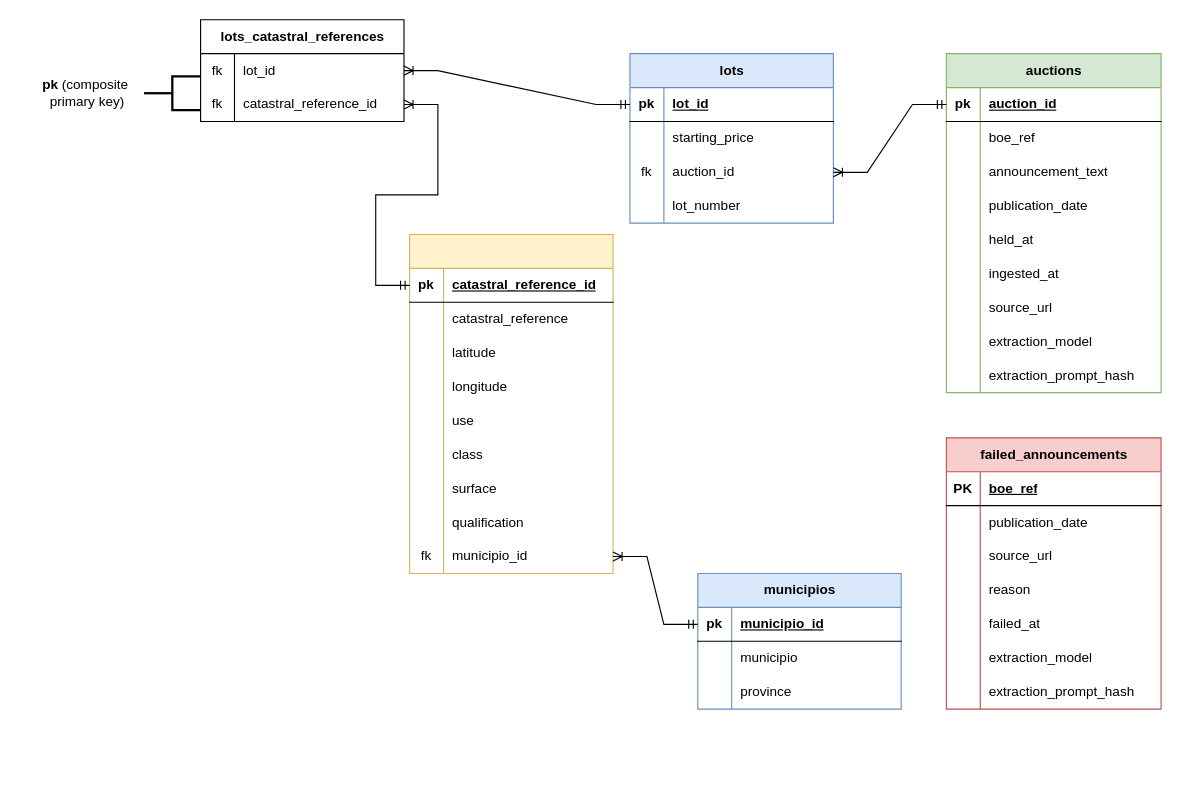
Before: data_modeling/OLAP/2.silver/E-R.drawio in MiguelDonado/subastas_analytics, a draw.io diagram. Source tidied: cells renumbered, new cells numbered last; positions are measured from the earlier drawing's top-left corner, leaving out a move shared by most shapes. Both pictures are drawn from the tidied source at 113%, with x=0, y=0 at pixel (19, 19).
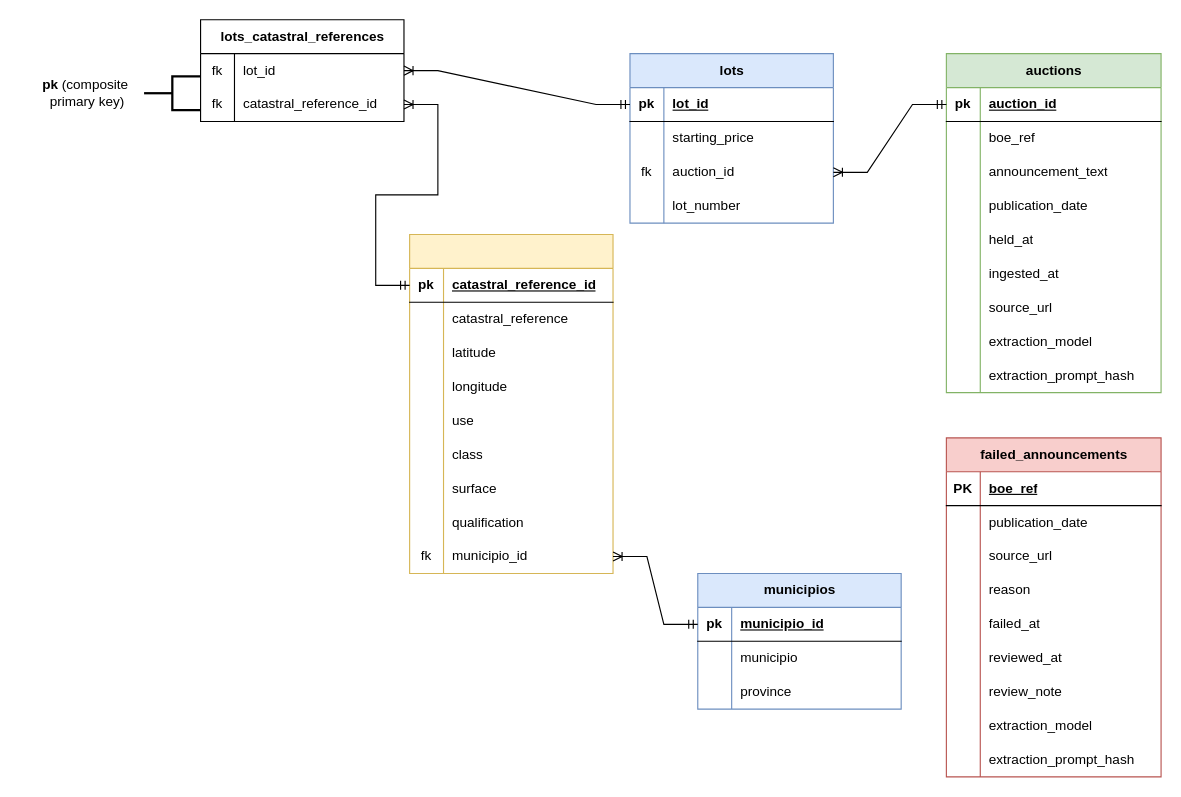
The same diagram, later.

Commit message (it also covers changes not shown here):
add reviewed_at and review_note to failed_announcements

Change to the diagram source:
```diff
@@
     <mxCell id="94" value="failed_announcements" style="shape=table;startSize=30;childLayout=tableLayout;rowLines=0;fontStyle=1;align=center;html=1;fillColor=#f8cecc;strokeColor=#b85450;" parent="1" vertex="1">
-      <mxGeometry x="820" y="370" width="190" height="240" as="geometry" />
+      <mxGeometry x="820" y="370" width="190" height="300" as="geometry" />
     </mxCell>
@@
+    <mxCell id="116" style="shape=tableRow;horizontal=0;startSize=0;swimlaneHead=0;swimlaneBody=0;fillColor=none;top=0;left=0;right=0;bottom=0;" parent="94" vertex="1">
+      <mxGeometry y="180" width="190" height="30" as="geometry" />
+    </mxCell>
+    <mxCell id="117" style="shape=partialRectangle;fillColor=none;top=0;left=0;bottom=0;right=0;overflow=hidden;whiteSpace=wrap;html=1;" parent="116" vertex="1">
+      <mxGeometry width="30" height="30" as="geometry" />
+    </mxCell>
+    <mxCell id="118" value="reviewed_at" style="shape=partialRectangle;fillColor=none;top=0;left=0;bottom=0;right=0;align=left;spacingLeft=6;overflow=hidden;whiteSpace=wrap;html=1;" parent="116" vertex="1">
+      <mxGeometry x="30" width="160" height="30" as="geometry" />
+    </mxCell>
+    <mxCell id="119" style="shape=tableRow;horizontal=0;startSize=0;swimlaneHead=0;swimlaneBody=0;fillColor=none;top=0;left=0;right=0;bottom=0;" parent="94" vertex="1">
+      <mxGeometry y="210" width="190" height="30" as="geometry" />
+    </mxCell>
+    <mxCell id="120" style="shape=partialRectangle;fillColor=none;top=0;left=0;bottom=0;right=0;overflow=hidden;whiteSpace=wrap;html=1;" parent="119" vertex="1">
+      <mxGeometry width="30" height="30" as="geometry" />
+    </mxCell>
+    <mxCell id="121" value="review_note" style="shape=partialRectangle;fillColor=none;top=0;left=0;bottom=0;right=0;align=left;spacingLeft=6;overflow=hidden;whiteSpace=wrap;html=1;" parent="119" vertex="1">
+      <mxGeometry x="30" width="160" height="30" as="geometry" />
+    </mxCell>
     <mxCell id="110" style="shape=tableRow;horizontal=0;startSize=0;swimlaneHead=0;swimlaneBody=0;fillColor=none;top=0;left=0;right=0;bottom=0;" parent="94" vertex="1">
-      <mxGeometry y="180" width="190" height="30" as="geometry" />
+      <mxGeometry y="240" width="190" height="30" as="geometry" />
     </mxCell>
@@
     <mxCell id="113" style="shape=tableRow;horizontal=0;startSize=0;swimlaneHead=0;swimlaneBody=0;fillColor=none;top=0;left=0;right=0;bottom=0;" parent="94" vertex="1">
-      <mxGeometry y="210" width="190" height="30" as="geometry" />
+      <mxGeometry y="270" width="190" height="30" as="geometry" />
     </mxCell>
```
